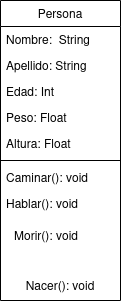
Earlier version of the draw.io export Tareas/Diagrama_Persona.drawio.png (edumel20/Diagrama_Clases). Source tidied: cells renumbered, new cells last; positions are measured from the earlier drawing's top-left corner, leaving out a move shared by most shapes.
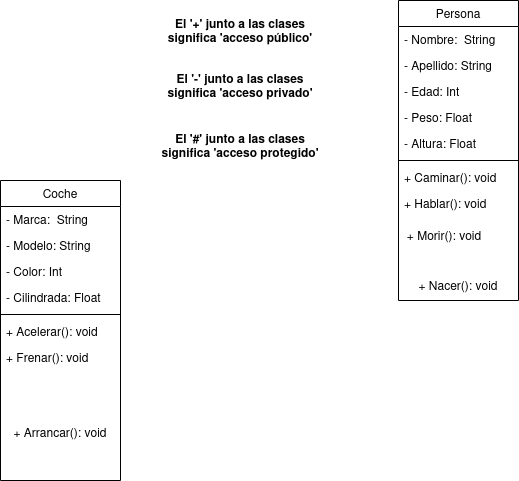
After the commit.

The edit, as a diff of the source:
```diff
@@ -5,35 +5,71 @@
     <mxCell id="2" value="Persona" style="swimlane;fontStyle=0;align=center;verticalAlign=top;horizontal=1;startSize=26;rounded=0;shadow=0;strokeWidth=1;" parent="1" vertex="1">
       <mxGeometry width="120" height="300" as="geometry" />
     </mxCell>
-    <mxCell id="3" value="Nombre:  String" style="text;align=left;verticalAlign=top;spacingLeft=4;spacingRight=4;overflow=hidden;" parent="2" vertex="1">
+    <mxCell id="3" value="- Nombre:  String" style="text;align=left;verticalAlign=top;spacingLeft=4;spacingRight=4;overflow=hidden;" parent="2" vertex="1">
       <mxGeometry y="26" width="120" height="26" as="geometry" />
     </mxCell>
-    <mxCell id="4" value="Apellido: String" style="text;align=left;verticalAlign=top;spacingLeft=4;spacingRight=4;overflow=hidden;rounded=0;shadow=0;html=0;" parent="2" vertex="1">
+    <mxCell id="4" value="- Apellido: String" style="text;align=left;verticalAlign=top;spacingLeft=4;spacingRight=4;overflow=hidden;rounded=0;shadow=0;html=0;" parent="2" vertex="1">
       <mxGeometry y="52" width="120" height="26" as="geometry" />
     </mxCell>
-    <mxCell id="5" value="Edad: Int" style="text;align=left;verticalAlign=top;spacingLeft=4;spacingRight=4;overflow=hidden;rounded=0;shadow=0;html=0;" parent="2" vertex="1">
+    <mxCell id="5" value="- Edad: Int" style="text;align=left;verticalAlign=top;spacingLeft=4;spacingRight=4;overflow=hidden;rounded=0;shadow=0;html=0;" parent="2" vertex="1">
       <mxGeometry y="78" width="120" height="26" as="geometry" />
     </mxCell>
-    <mxCell id="6" value="Peso: Float" style="text;align=left;verticalAlign=top;spacingLeft=4;spacingRight=4;overflow=hidden;rounded=0;shadow=0;html=0;" parent="2" vertex="1">
+    <mxCell id="6" value="- Peso: Float" style="text;align=left;verticalAlign=top;spacingLeft=4;spacingRight=4;overflow=hidden;rounded=0;shadow=0;html=0;" parent="2" vertex="1">
       <mxGeometry y="104" width="120" height="26" as="geometry" />
     </mxCell>
-    <mxCell id="7" value="Altura: Float" style="text;align=left;verticalAlign=top;spacingLeft=4;spacingRight=4;overflow=hidden;rounded=0;shadow=0;html=0;" parent="2" vertex="1">
+    <mxCell id="7" value="- Altura: Float" style="text;align=left;verticalAlign=top;spacingLeft=4;spacingRight=4;overflow=hidden;rounded=0;shadow=0;html=0;" parent="2" vertex="1">
       <mxGeometry y="130" width="120" height="26" as="geometry" />
     </mxCell>
     <mxCell id="8" style="line;html=1;strokeWidth=1;align=left;verticalAlign=middle;spacingTop=-1;spacingLeft=3;spacingRight=3;labelPosition=right;" parent="2" vertex="1">
       <mxGeometry y="156" width="120" height="8" as="geometry" />
     </mxCell>
-    <mxCell id="9" value="Caminar(): void" style="text;align=left;verticalAlign=top;spacingLeft=4;spacingRight=4;overflow=hidden;" parent="2" vertex="1">
+    <mxCell id="9" value="+ Caminar(): void" style="text;align=left;verticalAlign=top;spacingLeft=4;spacingRight=4;overflow=hidden;" parent="2" vertex="1">
       <mxGeometry y="164" width="120" height="26" as="geometry" />
     </mxCell>
-    <mxCell id="10" value="Hablar(): void" style="text;align=left;verticalAlign=top;spacingLeft=4;spacingRight=4;overflow=hidden;" parent="2" vertex="1">
+    <mxCell id="10" value="+ Hablar(): void" style="text;align=left;verticalAlign=top;spacingLeft=4;spacingRight=4;overflow=hidden;" parent="2" vertex="1">
       <mxGeometry y="190" width="120" height="80" as="geometry" />
     </mxCell>
-    <mxCell id="11" value="Nacer(): void" style="text;html=1;strokeColor=none;fillColor=none;align=center;verticalAlign=middle;whiteSpace=wrap;rounded=0;" parent="2" vertex="1">
+    <mxCell id="11" value="+ Nacer(): void" style="text;html=1;strokeColor=none;fillColor=none;align=center;verticalAlign=middle;whiteSpace=wrap;rounded=0;" parent="2" vertex="1">
       <mxGeometry y="270" width="120" height="30" as="geometry" />
     </mxCell>
-    <mxCell id="12" value="Morir(): void" style="text;html=1;strokeColor=none;fillColor=none;align=center;verticalAlign=middle;whiteSpace=wrap;rounded=0;" parent="1" vertex="1">
+    <mxCell id="12" value="+ Morir(): void" style="text;html=1;strokeColor=none;fillColor=none;align=center;verticalAlign=middle;whiteSpace=wrap;rounded=0;" parent="1" vertex="1">
       <mxGeometry y="220" width="92" height="30" as="geometry" />
     </mxCell>
+    <mxCell id="13" value="&lt;b&gt;El '+' junto a las clases significa 'acceso público'&lt;br&gt;&lt;/b&gt;" style="text;html=1;strokeColor=none;fillColor=none;align=center;verticalAlign=middle;whiteSpace=wrap;rounded=0;" parent="1" vertex="1">
+      <mxGeometry x="-248" y="10" width="180" height="40" as="geometry" />
+    </mxCell>
+    <mxCell id="14" value="&lt;b&gt;El '-' junto a las clases significa 'acceso privado'&lt;br&gt;&lt;/b&gt;" style="text;html=1;strokeColor=none;fillColor=none;align=center;verticalAlign=middle;whiteSpace=wrap;rounded=0;" parent="1" vertex="1">
+      <mxGeometry x="-248" y="70" width="180" height="30" as="geometry" />
+    </mxCell>
+    <mxCell id="15" value="&lt;b&gt;El '#' junto a las clases significa 'acceso protegido'&lt;br&gt;&lt;/b&gt;" style="text;html=1;strokeColor=none;fillColor=none;align=center;verticalAlign=middle;whiteSpace=wrap;rounded=0;" parent="1" vertex="1">
+      <mxGeometry x="-248" y="130" width="180" height="30" as="geometry" />
+    </mxCell>
+    <mxCell id="16" value="Coche" style="swimlane;fontStyle=0;align=center;verticalAlign=top;horizontal=1;startSize=26;rounded=0;shadow=0;strokeWidth=1;" parent="1" vertex="1">
+      <mxGeometry x="-398" y="180" width="120" height="300" as="geometry" />
+    </mxCell>
+    <mxCell id="17" value="- Marca:  String" style="text;align=left;verticalAlign=top;spacingLeft=4;spacingRight=4;overflow=hidden;" parent="16" vertex="1">
+      <mxGeometry y="26" width="120" height="26" as="geometry" />
+    </mxCell>
+    <mxCell id="18" value="- Modelo: String" style="text;align=left;verticalAlign=top;spacingLeft=4;spacingRight=4;overflow=hidden;rounded=0;shadow=0;html=0;" parent="16" vertex="1">
+      <mxGeometry y="52" width="120" height="26" as="geometry" />
+    </mxCell>
+    <mxCell id="19" value="- Color: Int" style="text;align=left;verticalAlign=top;spacingLeft=4;spacingRight=4;overflow=hidden;rounded=0;shadow=0;html=0;" parent="16" vertex="1">
+      <mxGeometry y="78" width="120" height="26" as="geometry" />
+    </mxCell>
+    <mxCell id="20" value="- Cilindrada: Float" style="text;align=left;verticalAlign=top;spacingLeft=4;spacingRight=4;overflow=hidden;rounded=0;shadow=0;html=0;" parent="16" vertex="1">
+      <mxGeometry y="104" width="120" height="26" as="geometry" />
+    </mxCell>
+    <mxCell id="21" style="line;html=1;strokeWidth=1;align=left;verticalAlign=middle;spacingTop=-1;spacingLeft=3;spacingRight=3;labelPosition=right;" parent="16" vertex="1">
+      <mxGeometry y="130" width="120" height="8" as="geometry" />
+    </mxCell>
+    <mxCell id="22" value="+ Acelerar(): void" style="text;align=left;verticalAlign=top;spacingLeft=4;spacingRight=4;overflow=hidden;" parent="16" vertex="1">
+      <mxGeometry y="138" width="120" height="26" as="geometry" />
+    </mxCell>
+    <mxCell id="23" value="+ Frenar(): void" style="text;align=left;verticalAlign=top;spacingLeft=4;spacingRight=4;overflow=hidden;" parent="16" vertex="1">
+      <mxGeometry y="164" width="120" height="80" as="geometry" />
+    </mxCell>
+    <mxCell id="24" value="+ Arrancar(): void" style="text;html=1;strokeColor=none;fillColor=none;align=center;verticalAlign=middle;whiteSpace=wrap;rounded=0;" parent="16" vertex="1">
+      <mxGeometry y="244" width="120" height="16" as="geometry" />
+    </mxCell>
   </root>
 </mxGraphModel>
```
